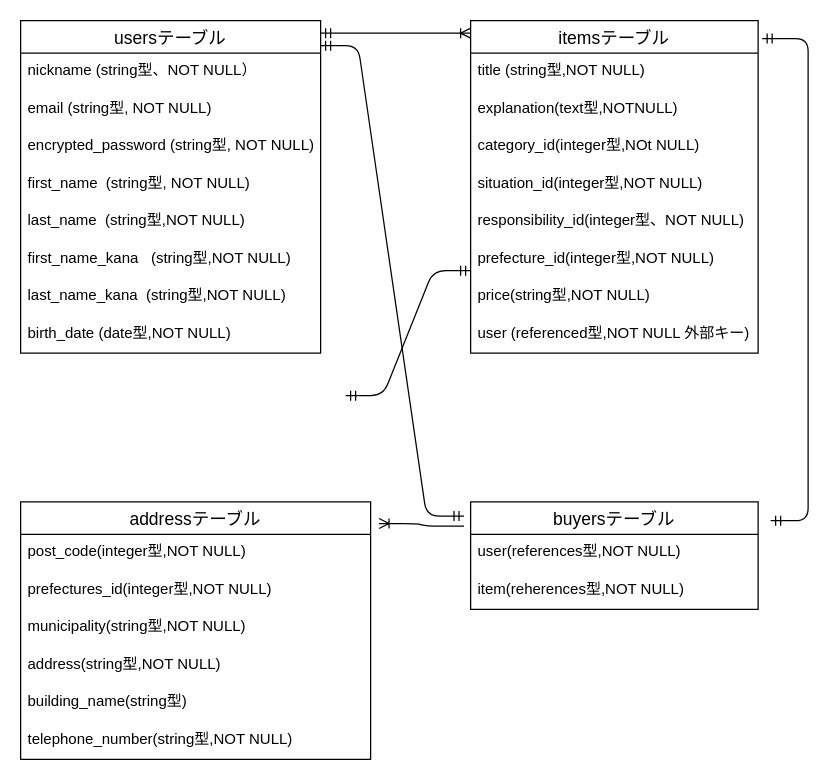
yuta24git/furima-39586-2 keeps this draw.io diagram as furima.dio. Above is the earlier version. Source tidied: cells renumbered, new cells numbered last; positions are measured from the earlier drawing's top-left corner, leaving out a move shared by most shapes. Both pictures are drawn from the tidied source at 125%, with x=0, y=0 at pixel (20, 20).
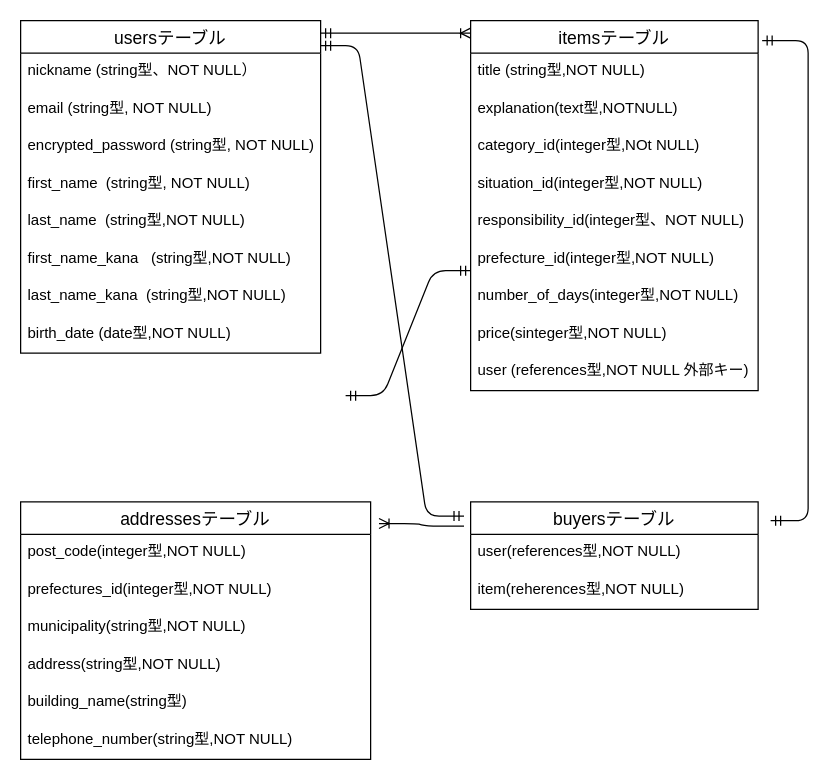
The same page after the edit.

What changed in the source:
```diff
@@
     <mxCell id="11" value="itemsテーブル" style="swimlane;fontStyle=0;horizontal=1;startSize=26;align=center;fontSize=14;" parent="1" vertex="1">
-      <mxGeometry x="360" width="230" height="266" as="geometry" />
+      <mxGeometry x="360" width="230" height="296" as="geometry" />
     </mxCell>
@@
+    <mxCell id="35" value="number_of_days(integer型,NOT NULL)" style="text;strokeColor=none;fillColor=none;spacingLeft=4;spacingRight=4;overflow=hidden;fontSize=12;" parent="11" vertex="1">
+      <mxGeometry y="206" width="230" height="30" as="geometry" />
+    </mxCell>
-    <mxCell id="18" value="price(string型,NOT NULL)" style="text;strokeColor=none;fillColor=none;spacingLeft=4;spacingRight=4;overflow=hidden;fontSize=12;" parent="11" vertex="1">
-      <mxGeometry y="206" width="230" height="30" as="geometry" />
+    <mxCell id="18" value="price(sinteger型,NOT NULL)" style="text;strokeColor=none;fillColor=none;spacingLeft=4;spacingRight=4;overflow=hidden;fontSize=12;" parent="11" vertex="1">
+      <mxGeometry y="236" width="230" height="30" as="geometry" />
     </mxCell>
-    <mxCell id="19" value="user (referenced型,NOT NULL 外部キー)" style="text;strokeColor=none;fillColor=none;spacingLeft=4;spacingRight=4;overflow=hidden;fontSize=12;" parent="11" vertex="1">
-      <mxGeometry y="236" width="230" height="30" as="geometry" />
+    <mxCell id="19" value="user (references型,NOT NULL 外部キー)" style="text;strokeColor=none;fillColor=none;spacingLeft=4;spacingRight=4;overflow=hidden;fontSize=12;" parent="11" vertex="1">
+      <mxGeometry y="266" width="230" height="30" as="geometry" />
     </mxCell>
-    <mxCell id="20" value="addressテーブル" style="swimlane;fontStyle=0;horizontal=1;startSize=26;align=center;fontSize=14;" parent="1" vertex="1">
+    <mxCell id="20" value="addressesテーブル" style="swimlane;fontStyle=0;horizontal=1;startSize=26;align=center;fontSize=14;" parent="1" vertex="1">
       <mxGeometry y="385" width="280" height="206" as="geometry" />
     </mxCell>
```
